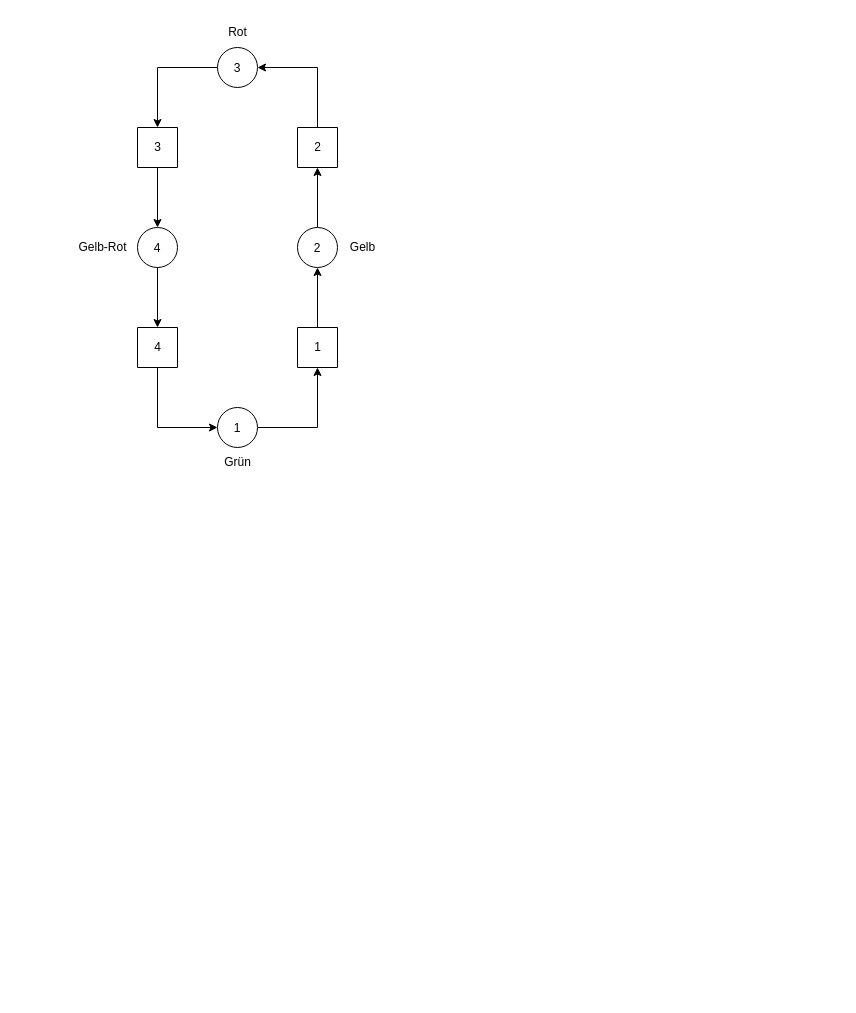
Above: 14-17 Petri-Netze/Aufgabe14/Aufgabe14.drawio in R4Tobi/modellierung (draw.io), before the change. Source tidied: cells renumbered, new cells numbered last; positions are measured from the earlier drawing's top-left corner, leaving out a move shared by most shapes. Both pictures are drawn from the tidied source at 100%, with x=0, y=0 at pixel (67, 17).
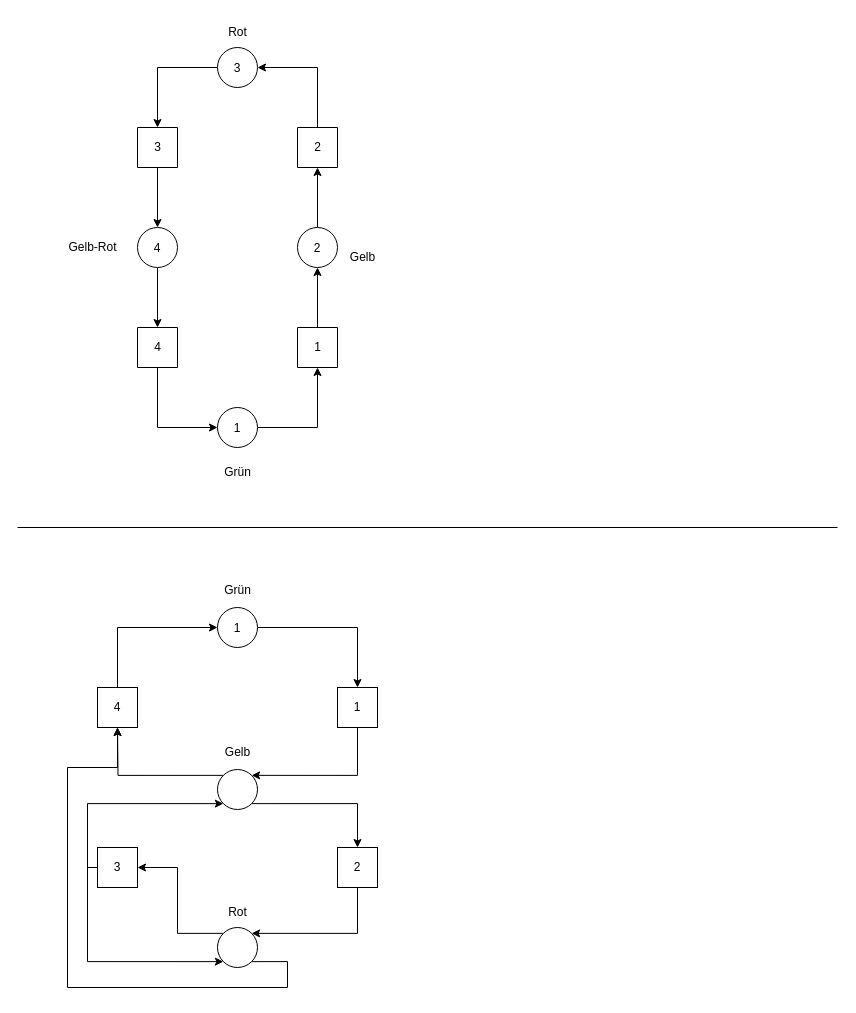
Above is the later version.

Change to the diagram source:
```diff
@@
     <mxCell id="10" value="Gelb-Rot" style="text;html=1;align=center;verticalAlign=middle;strokeColor=none;fillColor=none;" parent="1" vertex="1">
-      <mxGeometry y="215" width="70" height="30" as="geometry" />
+      <mxGeometry x="-10" y="215" width="70" height="30" as="geometry" />
     </mxCell>
@@
     <mxCell id="16" value="Grün" style="text;html=1;align=center;verticalAlign=middle;strokeColor=none;fillColor=none;" parent="1" vertex="1">
-      <mxGeometry x="145" y="430" width="50" height="30" as="geometry" />
+      <mxGeometry x="145" y="440" width="50" height="30" as="geometry" />
     </mxCell>
@@
     <mxCell id="22" value="Gelb" style="text;html=1;align=center;verticalAlign=middle;strokeColor=none;fillColor=none;" parent="1" vertex="1">
-      <mxGeometry x="270" y="215" width="50" height="30" as="geometry" />
+      <mxGeometry x="270" y="225" width="50" height="30" as="geometry" />
     </mxCell>
@@
+    <mxCell id="26" style="endArrow=none;html=1;rounded=0;" parent="1" edge="1">
+      <mxGeometry relative="1" as="geometry">
+        <mxPoint x="770" y="510" as="sourcePoint" />
+        <mxPoint x="-50" y="510" as="targetPoint" />
+      </mxGeometry>
+    </mxCell>
+    <mxCell id="27" style="edgeStyle=orthogonalEdgeStyle;rounded=0;jettySize=auto;html=1;entryX=0.5;entryY=0;entryDx=0;entryDy=0;exitX=1;exitY=0.5;exitDx=0;exitDy=0;" parent="1" edge="1" source="28" target="31">
+      <mxGeometry relative="1" as="geometry" />
+    </mxCell>
+    <mxCell id="28" value="1" style="ellipse;" parent="1" vertex="1">
+      <mxGeometry x="150" y="590" width="40" height="40" as="geometry" />
+    </mxCell>
+    <mxCell id="29" value="Grün" style="text;html=1;align=center;verticalAlign=middle;strokeColor=none;fillColor=none;" parent="1" vertex="1">
+      <mxGeometry x="145" y="558" width="50" height="30" as="geometry" />
+    </mxCell>
+    <mxCell id="30" style="edgeStyle=orthogonalEdgeStyle;rounded=0;jettySize=auto;html=1;entryX=1;entryY=0;entryDx=0;entryDy=0;" parent="1" edge="1" source="31" target="38">
+      <mxGeometry relative="1" as="geometry">
+        <Array as="points">
+          <mxPoint x="290" y="758" />
+        </Array>
+      </mxGeometry>
+    </mxCell>
+    <mxCell id="31" value="1" style="whiteSpace=wrap;html=1;" parent="1" vertex="1">
+      <mxGeometry x="270" y="670" width="40" height="40" as="geometry" />
+    </mxCell>
+    <mxCell id="32" style="edgeStyle=orthogonalEdgeStyle;rounded=0;jettySize=auto;html=1;exitX=0;exitY=0;exitDx=0;exitDy=0;entryX=1;entryY=0.5;entryDx=0;entryDy=0;" parent="1" edge="1" source="34" target="44">
+      <mxGeometry relative="1" as="geometry" />
+    </mxCell>
+    <mxCell id="33" style="edgeStyle=orthogonalEdgeStyle;rounded=0;jettySize=auto;html=1;exitX=1;exitY=1;exitDx=0;exitDy=0;" parent="1" edge="1" source="34">
+      <mxGeometry relative="1" as="geometry">
+        <mxPoint x="50" y="710" as="targetPoint" />
+        <Array as="points">
+          <mxPoint x="220" y="944" />
+          <mxPoint x="220" y="970" />
+          <mxPoint y="970" />
+          <mxPoint y="750" />
+          <mxPoint x="50" y="750" />
+        </Array>
+      </mxGeometry>
+    </mxCell>
+    <mxCell id="34" style="ellipse;" parent="1" vertex="1">
+      <mxGeometry x="150" y="910" width="40" height="40" as="geometry" />
+    </mxCell>
+    <mxCell id="35" value="Rot" style="text;html=1;align=center;verticalAlign=middle;strokeColor=none;fillColor=none;" parent="1" vertex="1">
+      <mxGeometry x="150" y="880" width="40" height="30" as="geometry" />
+    </mxCell>
+    <mxCell id="36" style="edgeStyle=orthogonalEdgeStyle;rounded=0;jettySize=auto;html=1;exitX=1;exitY=1;exitDx=0;exitDy=0;entryX=0.5;entryY=0;entryDx=0;entryDy=0;" parent="1" edge="1" source="38" target="41">
+      <mxGeometry relative="1" as="geometry" />
+    </mxCell>
+    <mxCell id="37" style="edgeStyle=orthogonalEdgeStyle;rounded=0;jettySize=auto;html=1;exitX=0;exitY=0;exitDx=0;exitDy=0;" parent="1" edge="1" source="38">
+      <mxGeometry relative="1" as="geometry">
+        <mxPoint x="50" y="710" as="targetPoint" />
+      </mxGeometry>
+    </mxCell>
+    <mxCell id="38" style="ellipse;" parent="1" vertex="1">
+      <mxGeometry x="150" y="752" width="40" height="40" as="geometry" />
+    </mxCell>
+    <mxCell id="39" value="Gelb" style="text;html=1;align=center;verticalAlign=middle;strokeColor=none;fillColor=none;" parent="1" vertex="1">
+      <mxGeometry x="145" y="720" width="50" height="30" as="geometry" />
+    </mxCell>
+    <mxCell id="40" style="edgeStyle=orthogonalEdgeStyle;rounded=0;jettySize=auto;html=1;entryX=1;entryY=0;entryDx=0;entryDy=0;" parent="1" edge="1" source="41" target="34">
+      <mxGeometry relative="1" as="geometry">
+        <Array as="points">
+          <mxPoint x="290" y="916" />
+        </Array>
+      </mxGeometry>
+    </mxCell>
+    <mxCell id="41" value="2" style="whiteSpace=wrap;html=1;" parent="1" vertex="1">
+      <mxGeometry x="270" y="830" width="40" height="40" as="geometry" />
+    </mxCell>
+    <mxCell id="42" style="edgeStyle=orthogonalEdgeStyle;rounded=0;jettySize=auto;html=1;entryX=0;entryY=1;entryDx=0;entryDy=0;" parent="1" edge="1" source="44" target="34">
+      <mxGeometry relative="1" as="geometry">
+        <Array as="points">
+          <mxPoint x="20" y="850" />
+          <mxPoint x="20" y="944" />
+        </Array>
+      </mxGeometry>
+    </mxCell>
+    <mxCell id="43" style="edgeStyle=orthogonalEdgeStyle;rounded=0;jettySize=auto;html=1;entryX=0;entryY=1;entryDx=0;entryDy=0;" parent="1" edge="1" source="44" target="38">
+      <mxGeometry relative="1" as="geometry">
+        <Array as="points">
+          <mxPoint x="20" y="850" />
+          <mxPoint x="20" y="786" />
+        </Array>
+      </mxGeometry>
+    </mxCell>
+    <mxCell id="44" value="3" style="whiteSpace=wrap;html=1;" parent="1" vertex="1">
+      <mxGeometry x="30" y="830" width="40" height="40" as="geometry" />
+    </mxCell>
+    <mxCell id="45" style="edgeStyle=orthogonalEdgeStyle;rounded=0;jettySize=auto;html=1;entryX=0;entryY=0.5;entryDx=0;entryDy=0;" parent="1" edge="1" source="46" target="28">
+      <mxGeometry relative="1" as="geometry">
+        <Array as="points">
+          <mxPoint x="50" y="610" />
+        </Array>
+      </mxGeometry>
+    </mxCell>
+    <mxCell id="46" value="4" style="whiteSpace=wrap;html=1;" parent="1" vertex="1">
+      <mxGeometry x="30" y="670" width="40" height="40" as="geometry" />
+    </mxCell>
```
